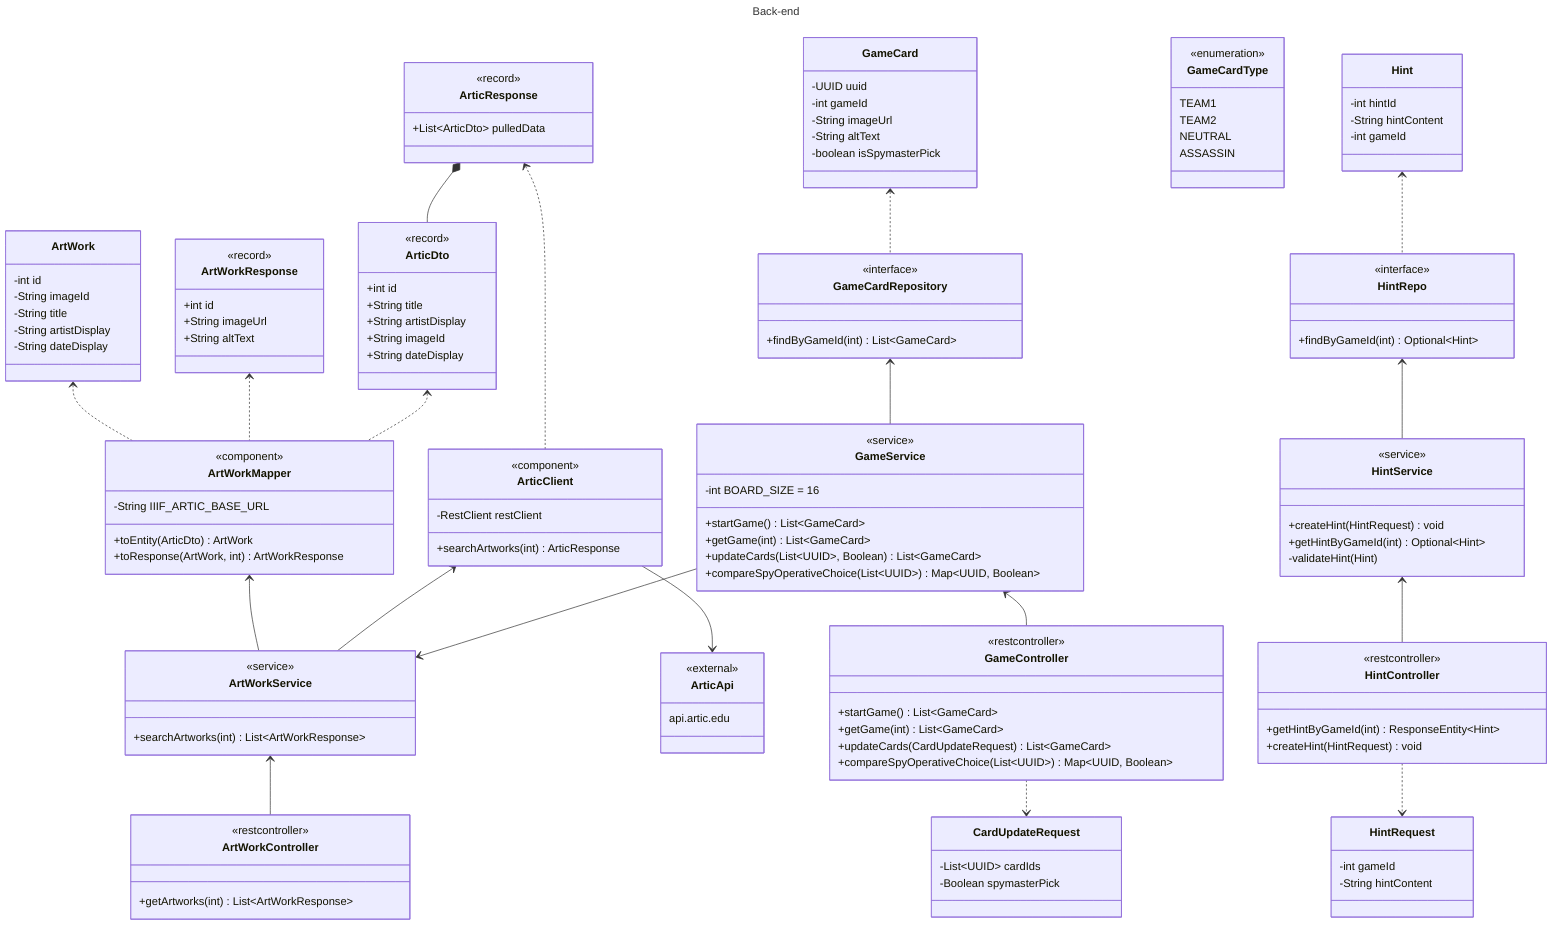
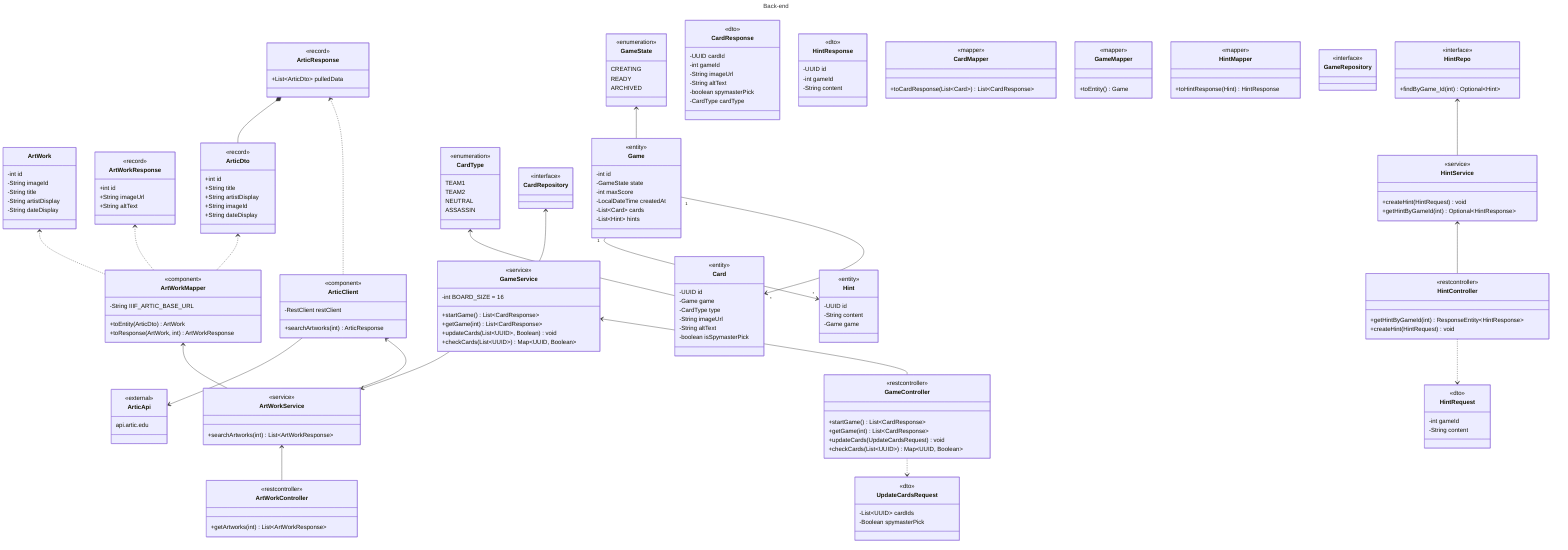
---
title: Back-end
---
classDiagram
- %% Art package
+     %% Art package
    class ArtWork {
        -int id
        -String imageId
        -String title
        -String artistDisplay
        -String dateDisplay
    }

    class ArtWorkResponse {
        <<record>>
        +int id
        +String imageUrl
        +String altText
    }

    class ArticResponse {
        <<record>>
        +List~ArticDto~ pulledData
    }

    class ArticDto {
        <<record>>
        +int id
        +String title
        +String artistDisplay
        +String imageId
        +String dateDisplay
    }

    class ArtWorkMapper {
        <<component>>
        -String IIIF_ARTIC_BASE_URL
        +toEntity(ArticDto) ArtWork
        +toResponse(ArtWork, int) ArtWorkResponse
    }

    class ArtWorkService {
        <<service>>
        +searchArtworks(int) List~ArtWorkResponse~
    }

    class ArticClient {
        <<component>>
        -RestClient restClient
        +searchArtworks(int) ArticResponse
    }

    class ArticApi {
        <<external>>
        api.artic.edu
    }

    class ArtWorkController {
        <<restcontroller>>
        +getArtworks(int) List~ArtWorkResponse~
    }

    ArtWork <.. ArtWorkMapper
    ArtWorkResponse <.. ArtWorkMapper
    ArticResponse <.. ArticClient
    ArticResponse *-- ArticDto
    ArticDto <.. ArtWorkMapper
    ArtWorkMapper <-- ArtWorkService
    ArticClient <-- ArtWorkService
    ArtWorkService <-- ArtWorkController
    ArticClient --> ArticApi

- %% Game package
-     class GameCard {
-         -UUID uuid
-         -int gameId
+     %% Game package
+     class Game {
+         <<entity>>
+         -int id
+         -GameState state
+         -int maxScore
+         -LocalDateTime createdAt
+         -List~Card~ cards
+         -List~Hint~ hints
+     }
+ 
+     class GameState {
+         <<enumeration>>
+         CREATING
+         READY
+         ARCHIVED
+     }
+ 
+     class Card {
+         <<entity>>
+         -UUID id
+         -Game game
+         -CardType type
        -String imageUrl
        -String altText
        -boolean isSpymasterPick
    }

-     class GameCardType {
+     class CardType {
        <<enumeration>>
        TEAM1
        TEAM2
        NEUTRAL
        ASSASSIN
    }

-     class CardUpdateRequest {
+     class CardResponse {
+         <<dto>>
+         -UUID cardId
+         -int gameId
+         -String imageUrl
+         -String altText
+         -boolean spymasterPick
+         -CardType cardType
+     }
+ 
+     class HintResponse {
+         <<dto>>
+         -UUID id
+         -int gameId
+         -String content
+     }
+ 
+     class CardMapper {
+         <<mapper>>
+         +toCardResponse(List~Card~) List~CardResponse~
+     }
+ 
+     class GameMapper {
+         <<mapper>>
+         +toEntity() Game
+     }
+ 
+     class HintMapper {
+         <<mapper>>
+         +toHintResponse(Hint) HintResponse
+     }
+ 
+     class UpdateCardsRequest {
+         <<dto>>
        -List~UUID~ cardIds
        -Boolean spymasterPick
    }

    class HintRequest {
+         <<dto>>
        -int gameId
-         -String hintContent
-     }
- 
-     class GameCardRepository {
+         -String content
+     }
+ 
+     class GameRepository {
        <<interface>>
-         +findByGameId(int) List~GameCard~
+     }
+ 
+     class CardRepository {
+         <<interface>>
+     }
+ 
+     class HintRepo {
+         <<interface>>
+         +findByGame_Id(int) Optional~Hint~
    }

    class GameService {
        <<service>>
        -int BOARD_SIZE = 16
-         +startGame() List~GameCard~
-         +getGame(int) List~GameCard~
-         +updateCards(List~UUID~, Boolean) List~GameCard~
-         +compareSpyOperativeChoice(List~UUID~) Map~UUID, Boolean~
+         +startGame() List~CardResponse~
+         +getGame(int) List~CardResponse~
+         +updateCards(List~UUID~, Boolean) void
+         +checkCards(List~UUID~) Map~UUID, Boolean~
    }

    class GameController {
        <<restcontroller>>
-         +startGame() List~GameCard~
-         +getGame(int) List~GameCard~
-         +updateCards(CardUpdateRequest) List~GameCard~
-         +compareSpyOperativeChoice(List~UUID~) Map~UUID, Boolean~
+         +startGame() List~CardResponse~
+         +getGame(int) List~CardResponse~
+         +updateCards(UpdateCardsRequest) void
+         +checkCards(List~UUID~) Map~UUID, Boolean~
    }

    class Hint {
-         -int hintId
-         -String hintContent
-         -int gameId
-     }
- 
-     class HintRepo {
-         <<interface>>
-         +findByGameId(int) Optional~Hint~
+         <<entity>>
+         -UUID id
+         -String content
+         -Game game
    }

    class HintService {
        <<service>>
        +createHint(HintRequest) void
-         +getHintByGameId(int) Optional~Hint~
-         -validateHint(Hint)
+         +getHintByGameId(int) Optional~HintResponse~
    }

    class HintController {
        <<restcontroller>>
-         +getHintByGameId(int) ResponseEntity~Hint~
+         +getHintByGameId(int) ResponseEntity~HintResponse~
        +createHint(HintRequest) void
    }

-     GameCard <.. GameCardRepository
-     GameCardRepository <-- GameService
+     Game "1" --> "*" Card
+     Game "1" --> "*" Hint
+     GameState <-- Game
+     CardType <-- Card
+ 
+     CardRepository <-- GameService
    GameService <-- GameController
-     GameController ..> CardUpdateRequest
+     GameController ..> UpdateCardsRequest
    GameService --> ArtWorkService

-     Hint <.. HintRepo
    HintRepo <-- HintService
    HintService <-- HintController
-     HintController ..> HintRequest+     HintController ..> HintRequest
